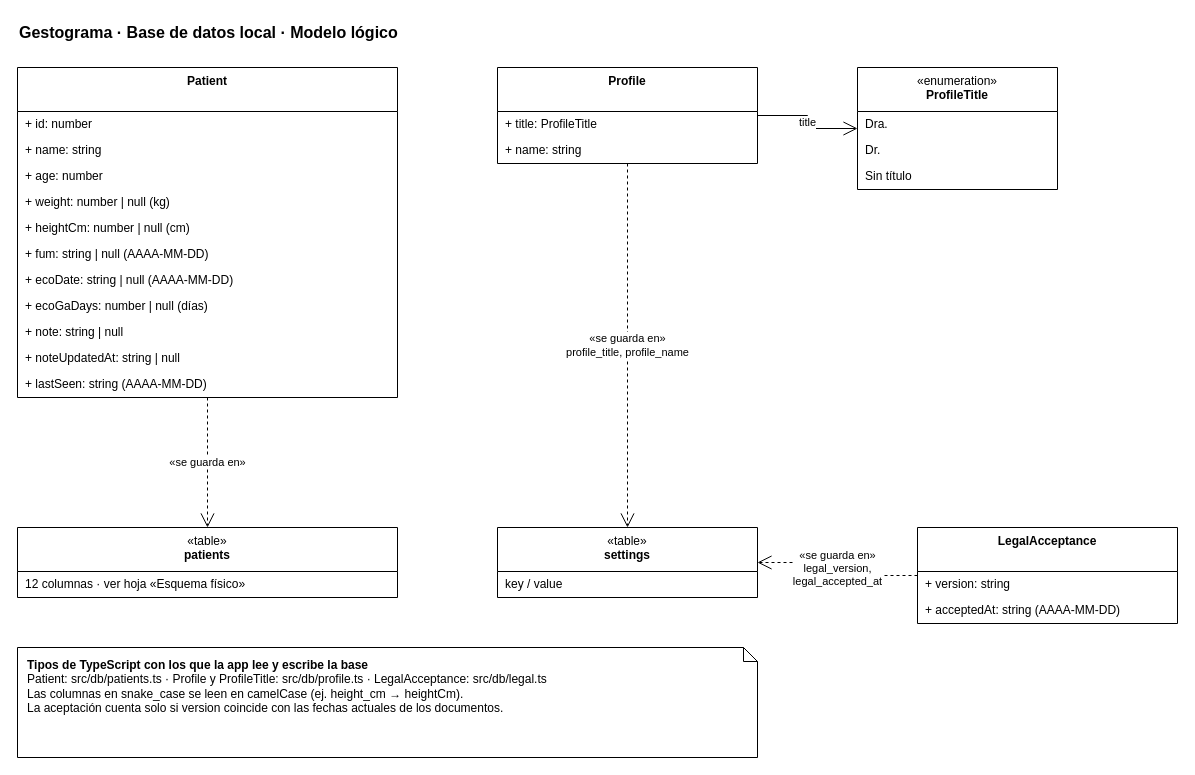
Earlier version of the draw.io diagram page "Modelo lógico" (2 of 2) of docs/base-de-datos.drawio (bautistaribotta/gestoapp). Source tidied: cells renumbered, new cells numbered last; positions are measured from the earlier drawing's top-left corner, leaving out a move shared by most shapes. Both pictures are drawn from the tidied source at 100%, with x=0, y=0 at pixel (17, 17).
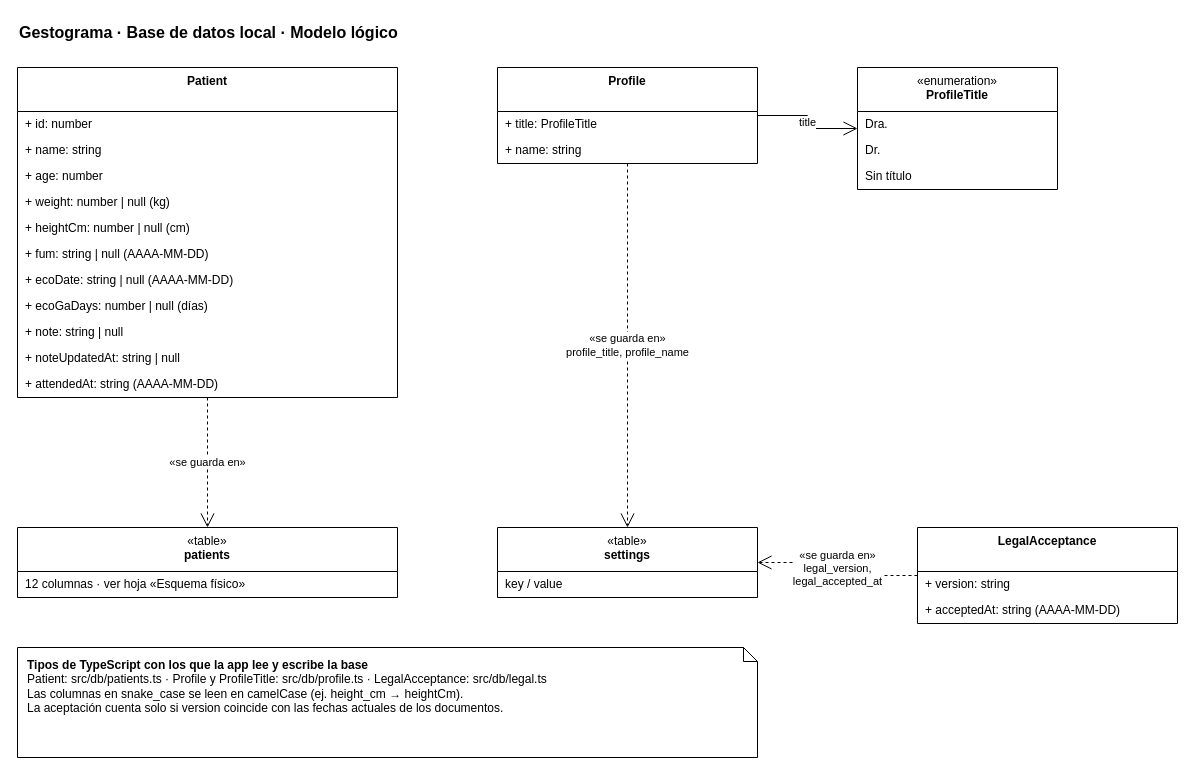
The same page after the edit.

The change refers to these unchanged cells:
```xml
<mxCell id="3" value="&lt;b&gt;Patient&lt;/b&gt;" style="swimlane;fontStyle=0;align=center;verticalAlign=top;horizontal=1;startSize=44;html=1;whiteSpace=wrap;" parent="1" vertex="1">
  <mxGeometry y="50" width="380" height="330" as="geometry" />
</mxCell>
```

What changed in the source:
```diff
@@
-    <mxCell id="14" value="+ lastSeen: string  (AAAA-MM-DD)" style="text;strokeColor=none;fillColor=none;align=left;verticalAlign=middle;spacingLeft=6;spacingRight=4;overflow=hidden;html=1;whiteSpace=wrap;" parent="3" vertex="1">
+    <mxCell id="14" value="+ attendedAt: string  (AAAA-MM-DD)" style="text;strokeColor=none;fillColor=none;align=left;verticalAlign=middle;spacingLeft=6;spacingRight=4;overflow=hidden;html=1;whiteSpace=wrap;" parent="3" vertex="1">
       <mxGeometry y="304" width="380" height="26" as="geometry" />
     </mxCell>
```
